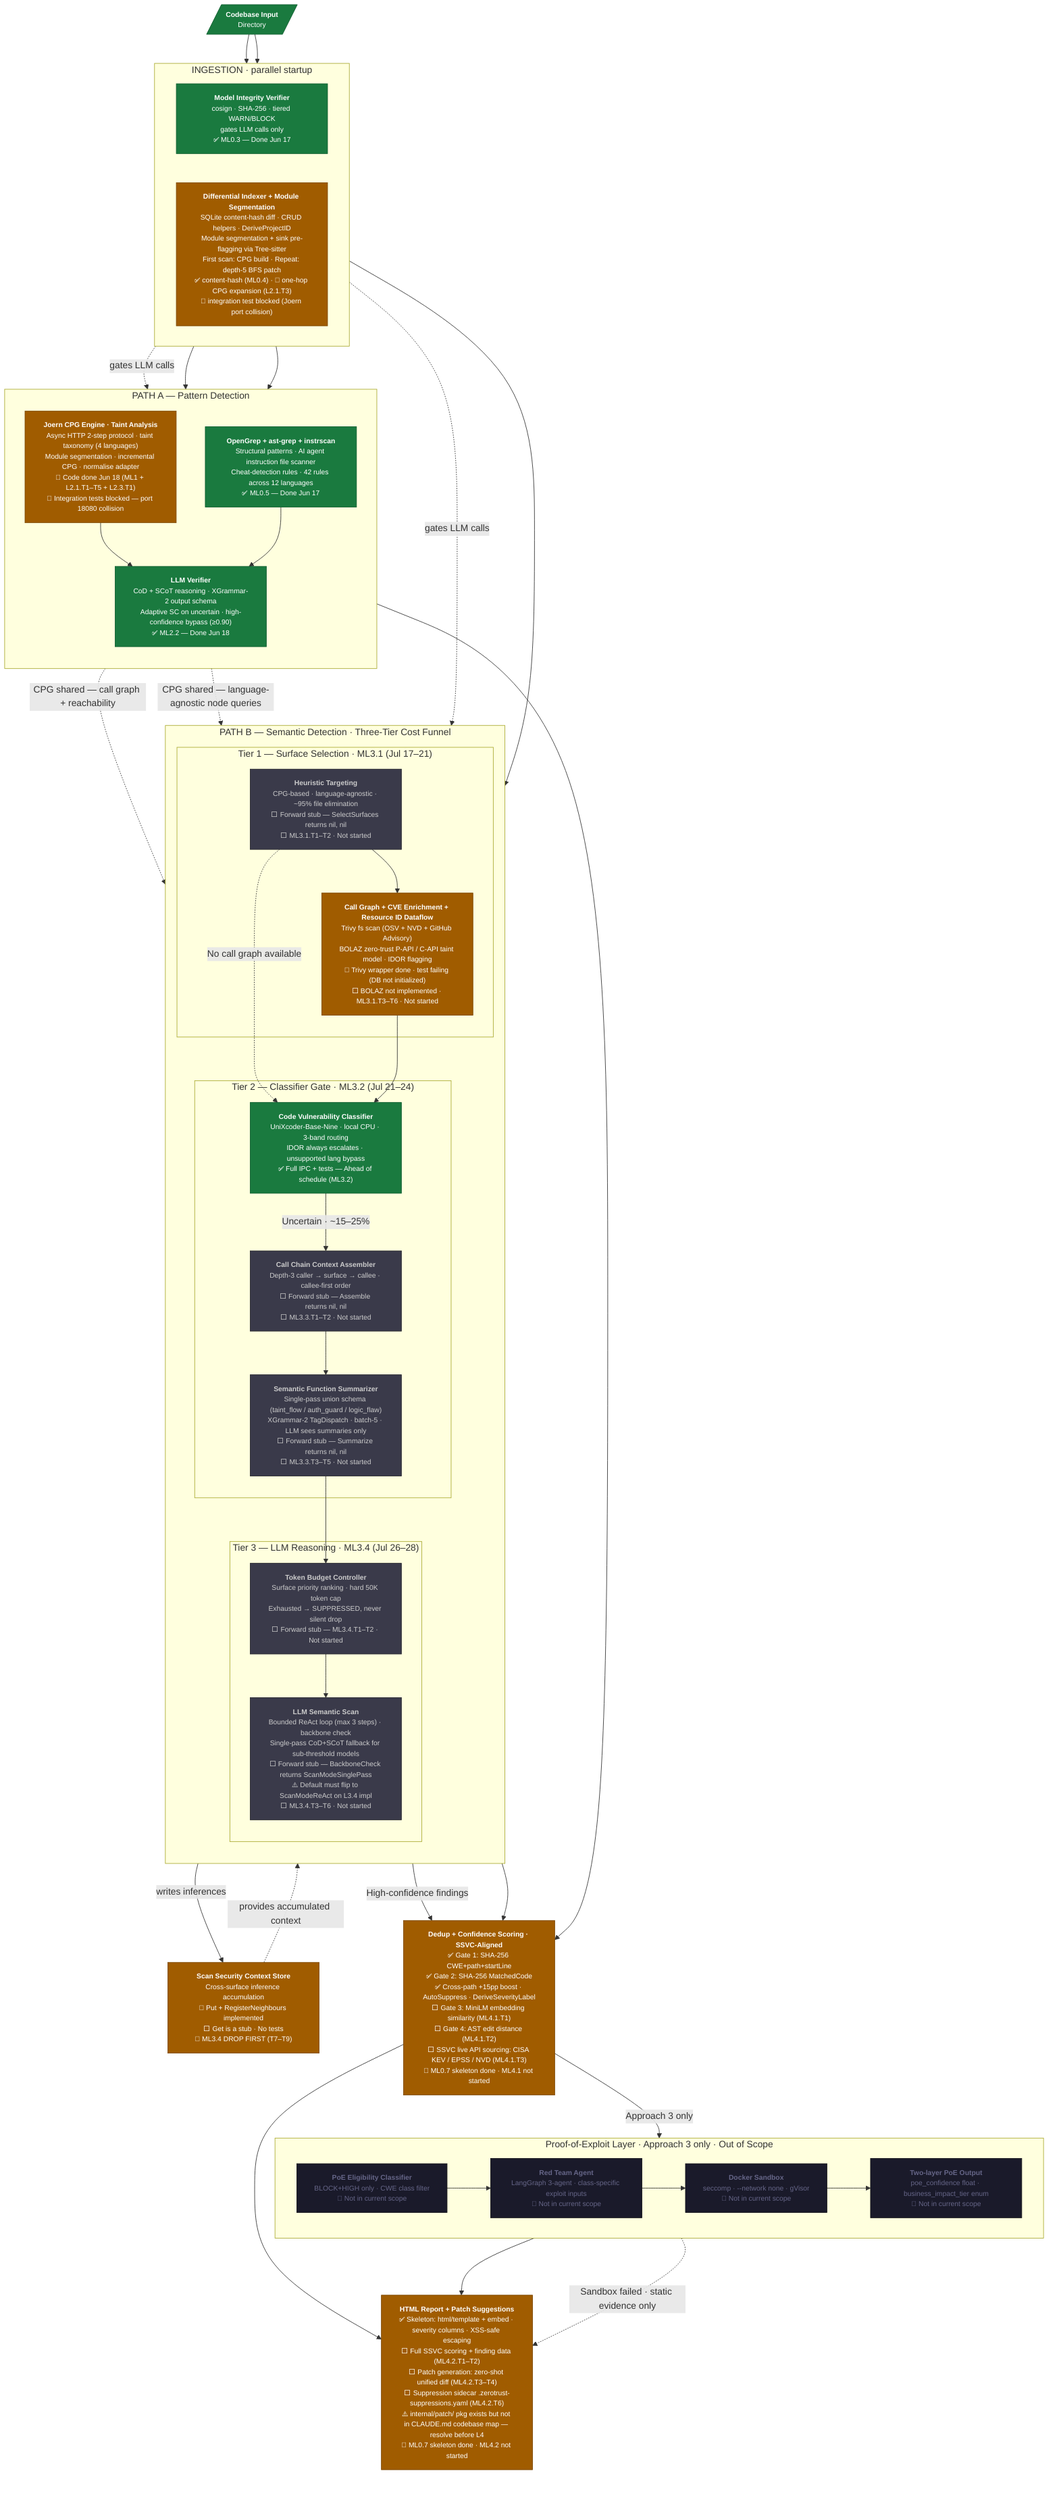
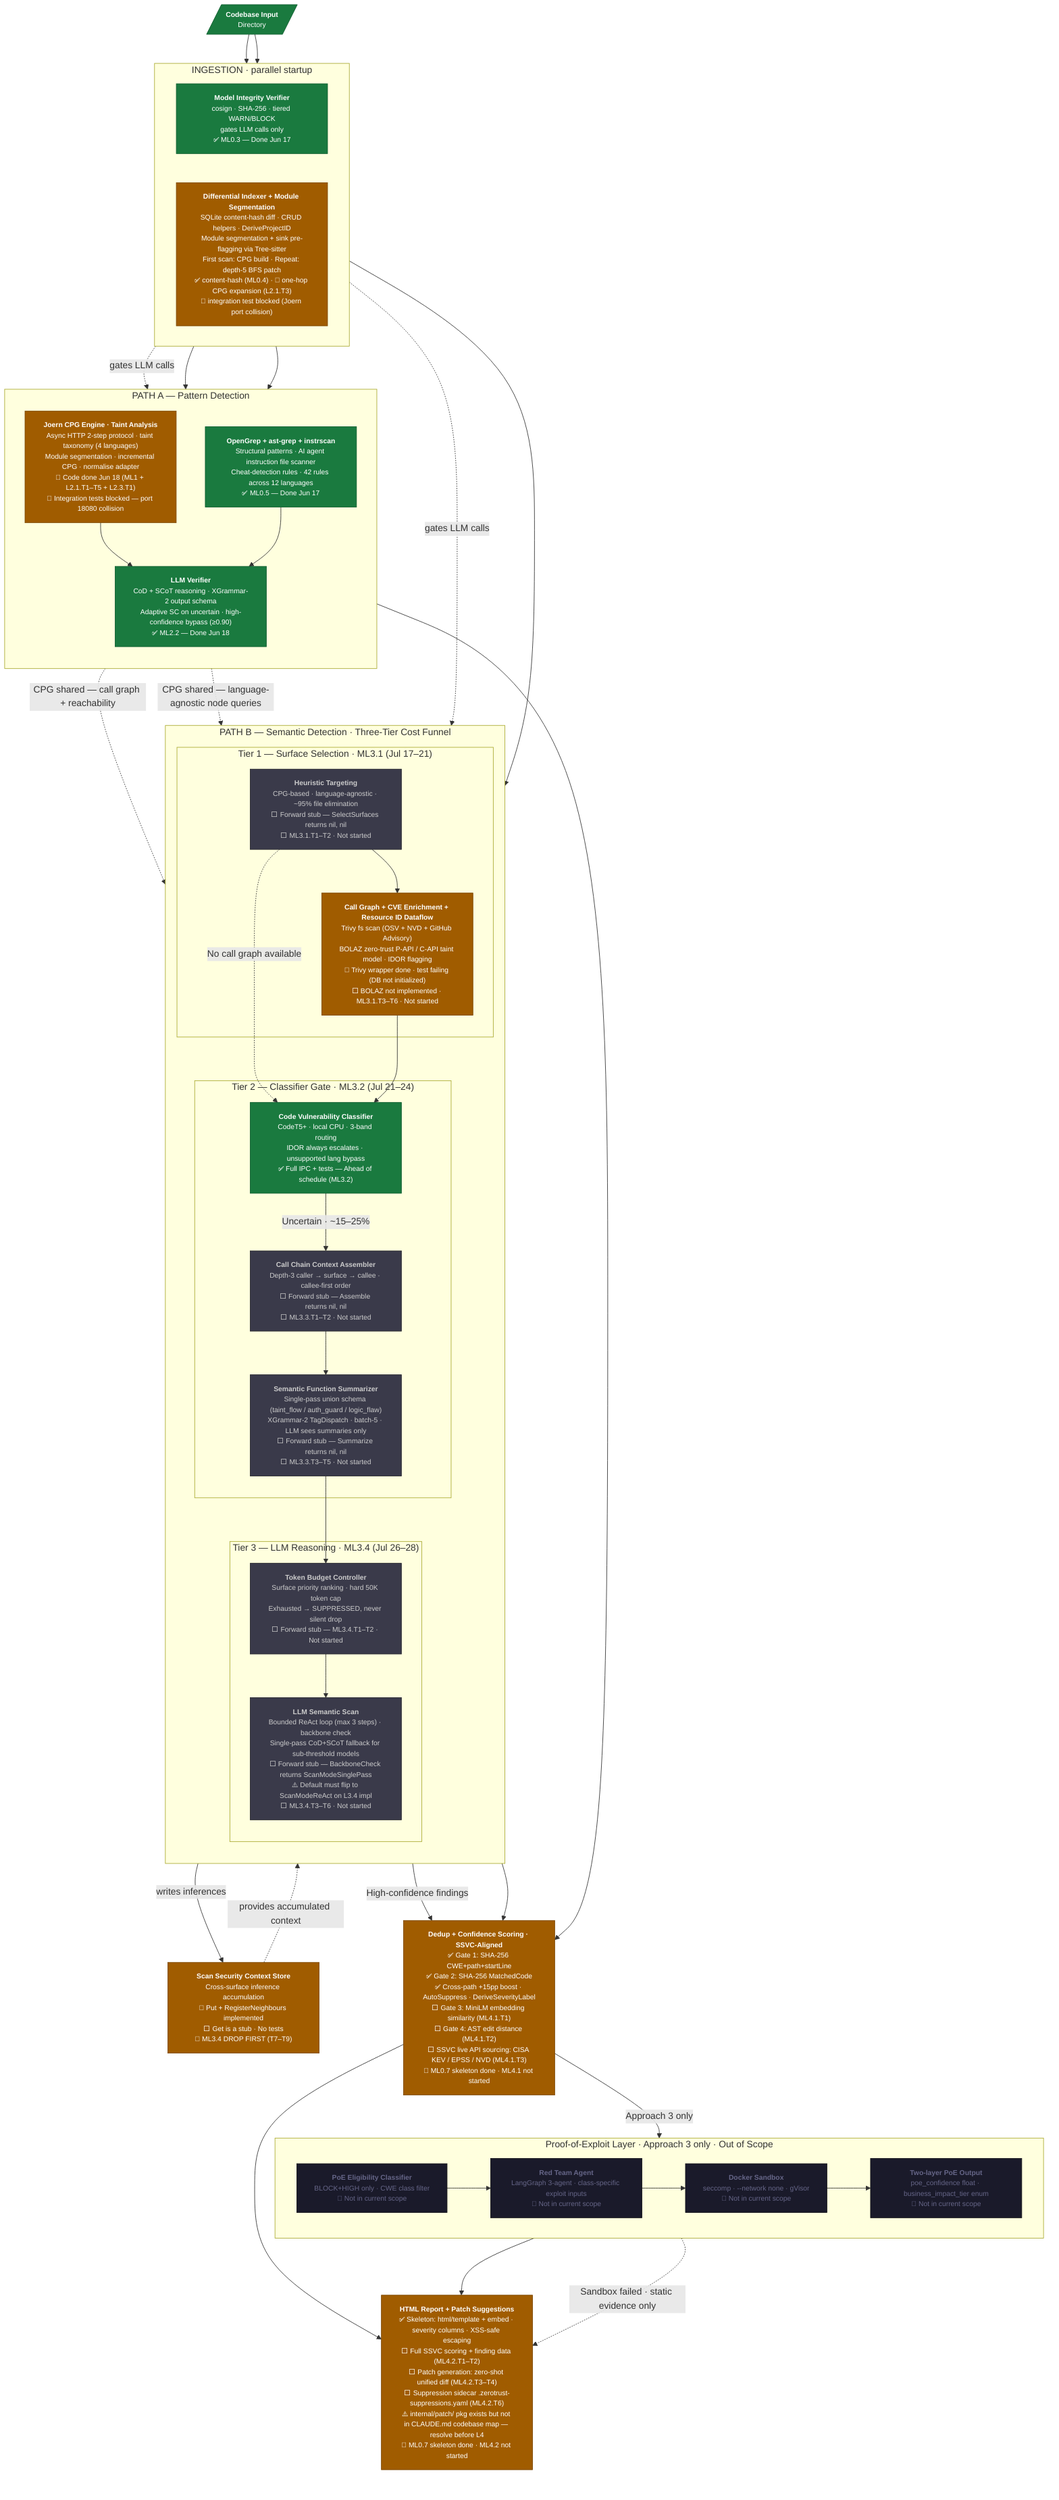
graph TD

%% ── Input ───────────────────────────────────────────────────────────────────
    Input[/"<b>Codebase Input</b>\nDirectory"/]:::done

%% ── Ingestion ───────────────────────────────────────────────────────────────
    subgraph INGEST["INGESTION · parallel startup"]
        direction LR
        MIV["<b>Model Integrity Verifier</b>\ncosign · SHA-256 · tiered WARN/BLOCK\ngates LLM calls only\n✅ ML0.3 — Done Jun 17"]:::done
        DI["<b>Differential Indexer + Module Segmentation</b>\nSQLite content-hash diff · CRUD helpers · DeriveProjectID\nModule segmentation + sink pre-flagging via Tree-sitter\nFirst scan: CPG build · Repeat: depth-5 BFS patch\n✅ content-hash (ML0.4) · 🔧 one-hop CPG expansion (L2.1.T3)\n🔧 integration test blocked (Joern port collision)"]:::wip
    end

%% ── Path A ───────────────────────────────────────────────────────────────────
    subgraph PA["PATH A — Pattern Detection"]
        direction TB
        PA_SG["<b>OpenGrep + ast-grep + instrscan</b>\nStructural patterns · AI agent instruction file scanner\nCheat-detection rules · 42 rules across 12 languages\n✅ ML0.5 — Done Jun 17"]:::done
        PA_CQ["<b>Joern CPG Engine · Taint Analysis</b>\nAsync HTTP 2-step protocol · taint taxonomy (4 languages)\nModule segmentation · incremental CPG · normalise adapter\n🔧 Code done Jun 18 (ML1 + L2.1.T1–T5 + L2.3.T1)\n🔧 Integration tests blocked — port 18080 collision"]:::wip
        PA_LV["<b>LLM Verifier</b>\nCoD + SCoT reasoning · XGrammar-2 output schema\nAdaptive SC on uncertain · high-confidence bypass (≥0.90)\n✅ ML2.2 — Done Jun 18"]:::done
        PA_CQ --> PA_LV
    end

%% ── Path B ───────────────────────────────────────────────────────────────────
    subgraph PB["PATH B — Semantic Detection · Three-Tier Cost Funnel"]
        direction TB

        subgraph T1["Tier 1 — Surface Selection · ML3.1 (Jul 17–21)"]
            PB_HT["<b>Heuristic Targeting</b>\nCPG-based · language-agnostic · ~95% file elimination\n⬜ Forward stub — SelectSurfaces returns nil, nil\n⬜ ML3.1.T1–T2 · Not started"]:::todo
            PB_CG["<b>Call Graph + CVE Enrichment + Resource ID Dataflow</b>\nTrivy fs scan (OSV + NVD + GitHub Advisory)\nBOLAZ zero-trust P-API / C-API taint model · IDOR flagging\n🔧 Trivy wrapper done · test failing (DB not initialized)\n⬜ BOLAZ not implemented · ML3.1.T3–T6 · Not started"]:::wip
        end

        subgraph T2["Tier 2 — Classifier Gate · ML3.2 (Jul 21–24)"]
-             PB_CC["<b>Code Vulnerability Classifier</b>\nUniXcoder-Base-Nine · local CPU · 3-band routing\nIDOR always escalates · unsupported lang bypass\n✅ Full IPC + tests — Ahead of schedule (ML3.2)"]:::done
+             PB_CC["<b>Code Vulnerability Classifier</b>\nCodeT5+ · local CPU · 3-band routing\nIDOR always escalates · unsupported lang bypass\n✅ Full IPC + tests — Ahead of schedule (ML3.2)"]:::done
            PB_CCCA["<b>Call Chain Context Assembler</b>\nDepth-3 caller → surface → callee · callee-first order\n⬜ Forward stub — Assemble returns nil, nil\n⬜ ML3.3.T1–T2 · Not started"]:::todo
            PB_SFS["<b>Semantic Function Summarizer</b>\nSingle-pass union schema (taint_flow / auth_guard / logic_flaw)\nXGrammar-2 TagDispatch · batch-5 · LLM sees summaries only\n⬜ Forward stub — Summarize returns nil, nil\n⬜ ML3.3.T3–T5 · Not started"]:::todo
        end

        subgraph T3["Tier 3 — LLM Reasoning · ML3.4 (Jul 26–28)"]
            PB_TB["<b>Token Budget Controller</b>\nSurface priority ranking · hard 50K token cap\nExhausted → SUPPRESSED, never silent drop\n⬜ Forward stub — ML3.4.T1–T2 · Not started"]:::todo
            PB_LS["<b>LLM Semantic Scan</b>\nBounded ReAct loop (max 3 steps) · backbone check\nSingle-pass CoD+SCoT fallback for sub-threshold models\n⬜ Forward stub — BackboneCheck returns ScanModeSinglePass\n⚠️ Default must flip to ScanModeReAct on L3.4 impl\n⬜ ML3.4.T3–T6 · Not started"]:::todo
        end

        PB_CC -->|"Uncertain · ~15–25%"| PB_CCCA
        PB_CCCA --> PB_SFS
        PB_SFS --> PB_TB
        PB_TB --> PB_LS
        PB_HT -.->|"No call graph available"| PB_CC
        PB_HT --> PB_CG
        PB_CG --> PB_CC
    end

%% ── SCS ─────────────────────────────────────────────────────────────────────
    SCS["<b>Scan Security Context Store</b>\nCross-surface inference accumulation\n🔧 Put + RegisterNeighbours implemented\n⬜ Get is a stub · No tests\n🔧 ML3.4 DROP FIRST (T7–T9)"]:::wip

%% ── Dedup ───────────────────────────────────────────────────────────────────
    Dedup["<b>Dedup + Confidence Scoring · SSVC-Aligned</b>\n✅ Gate 1: SHA-256 CWE+path+startLine\n✅ Gate 2: SHA-256 MatchedCode\n✅ Cross-path +15pp boost · AutoSuppress · DeriveSeverityLabel\n⬜ Gate 3: MiniLM embedding similarity (ML4.1.T1)\n⬜ Gate 4: AST edit distance (ML4.1.T2)\n⬜ SSVC live API sourcing: CISA KEV / EPSS / NVD (ML4.1.T3)\n🔧 ML0.7 skeleton done · ML4.1 not started"]:::wip

%% ── PoE (out of scope) ───────────────────────────────────────────────────────
    subgraph PoE["Proof-of-Exploit Layer · Approach 3 only · Out of Scope"]
        direction LR
        PoE_EC["<b>PoE Eligibility Classifier</b>\nBLOCK+HIGH only · CWE class filter\n🚫 Not in current scope"]:::oos
        RTA["<b>Red Team Agent</b>\nLangGraph 3-agent · class-specific exploit inputs\n🚫 Not in current scope"]:::oos
        DS["<b>Docker Sandbox</b>\nseccomp · --network none · gVisor\n🚫 Not in current scope"]:::oos
        PoEDoc["<b>Two-layer PoE Output</b>\npoe_confidence float · business_impact_tier enum\n🚫 Not in current scope"]:::oos
        PoE_EC --> RTA --> DS --> PoEDoc
    end

%% ── Final Report ─────────────────────────────────────────────────────────────
    FinalReport["<b>HTML Report + Patch Suggestions</b>\n✅ Skeleton: html/template + embed · severity columns · XSS-safe escaping\n⬜ Full SSVC scoring + finding data (ML4.2.T1–T2)\n⬜ Patch generation: zero-shot unified diff (ML4.2.T3–T4)\n⬜ Suppression sidecar .zerotrust-suppressions.yaml (ML4.2.T6)\n⚠️ internal/patch/ pkg exists but not in CLAUDE.md codebase map — resolve before L4\n🔧 ML0.7 skeleton done · ML4.2 not started"]:::wip

%% ── Wiring ───────────────────────────────────────────────────────────────────
    Input --> MIV
    Input --> DI
    MIV -.->|"gates LLM calls"| PA_LV
    MIV -.->|"gates LLM calls"| PB_LS
    DI --> PA_SG
    DI --> PA_CQ
    DI --> PB_HT

    PA_CQ -.->|"CPG shared — call graph + reachability"| PB_CG
    PA_CQ -.->|"CPG shared — language-agnostic node queries"| PB_HT

    PA_SG --> PA_LV
    PA_LV --> Dedup
    PB_CC -->|"High-confidence findings"| Dedup
    PB_LS --> Dedup

    PB_LS -->|"writes inferences"| SCS
    SCS -.->|"provides accumulated context"| PB_LS

    Dedup -->|"Approach 3 only"| PoE_EC
    Dedup --> FinalReport
    PoEDoc --> FinalReport
    DS -.->|"Sandbox failed · static evidence only"| FinalReport

%% ── Styles ───────────────────────────────────────────────────────────────────
    classDef done   fill:#1a7a3f,stroke:#0d5c2e,color:#ffffff,font-size:12px
    classDef wip    fill:#a05c00,stroke:#7a4500,color:#ffffff,font-size:12px
    classDef todo   fill:#3a3a4a,stroke:#28282f,color:#cccccc,font-size:12px
    classDef oos    fill:#1a1a2a,stroke:#111118,color:#666688,font-size:12px
